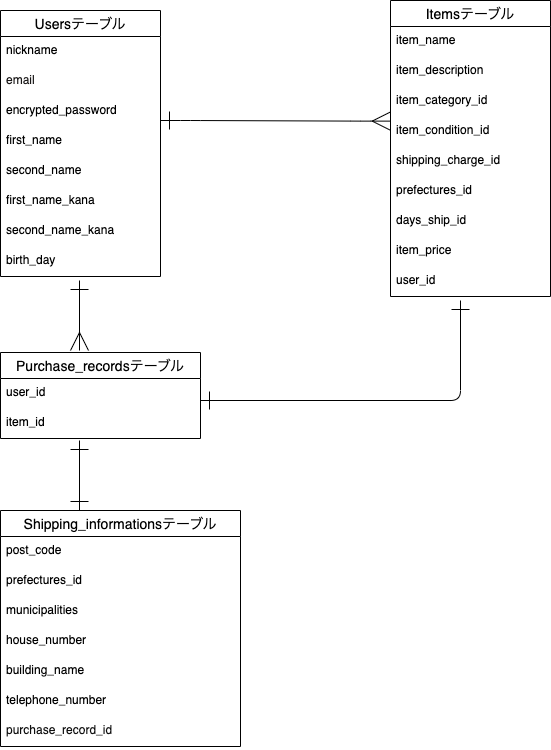
Above: er.png in mitsunorinitta/furima-38492 (draw.io), before the change. Source tidied: cells renumbered, new cells last; positions are measured from the earlier drawing's top-left corner, leaving out a move shared by most shapes.
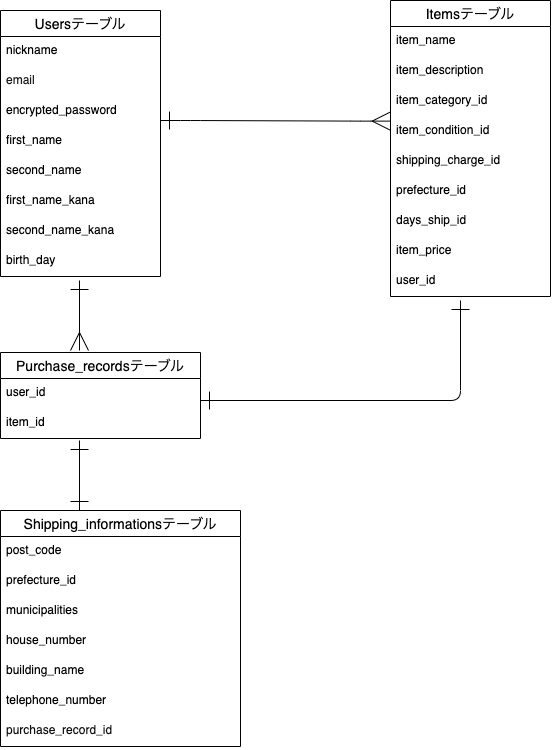
The same file after the commit.

What changed in the source:
```diff
@@ -47,7 +47,7 @@
     <mxCell id="16" value="shipping_charge_id" style="text;strokeColor=none;fillColor=none;spacingLeft=4;spacingRight=4;overflow=hidden;fontSize=12;" parent="11" vertex="1">
       <mxGeometry y="146" width="160" height="30" as="geometry" />
     </mxCell>
-    <mxCell id="17" value="prefectures_id" style="text;strokeColor=none;fillColor=none;spacingLeft=4;spacingRight=4;overflow=hidden;fontSize=12;" parent="11" vertex="1">
+    <mxCell id="17" value="prefecture_id" style="text;strokeColor=none;fillColor=none;spacingLeft=4;spacingRight=4;overflow=hidden;fontSize=12;" parent="11" vertex="1">
       <mxGeometry y="176" width="160" height="30" as="geometry" />
     </mxCell>
     <mxCell id="18" value="days_ship_id" style="text;strokeColor=none;fillColor=none;spacingLeft=4;spacingRight=4;overflow=hidden;fontSize=12;" parent="11" vertex="1">
@@ -71,7 +71,7 @@
     <mxCell id="23" value="post_code" style="text;strokeColor=none;fillColor=none;spacingLeft=4;spacingRight=4;overflow=hidden;fontSize=12;" parent="22" vertex="1">
       <mxGeometry y="26" width="240" height="30" as="geometry" />
     </mxCell>
-    <mxCell id="24" value="prefectures_id" style="text;strokeColor=none;fillColor=none;spacingLeft=4;spacingRight=4;overflow=hidden;fontSize=12;" parent="22" vertex="1">
+    <mxCell id="24" value="prefecture_id" style="text;strokeColor=none;fillColor=none;spacingLeft=4;spacingRight=4;overflow=hidden;fontSize=12;" parent="22" vertex="1">
       <mxGeometry y="56" width="240" height="30" as="geometry" />
     </mxCell>
     <mxCell id="25" value="municipalities" style="text;strokeColor=none;fillColor=none;spacingLeft=4;spacingRight=4;overflow=hidden;fontSize=12;" parent="22" vertex="1">
```
